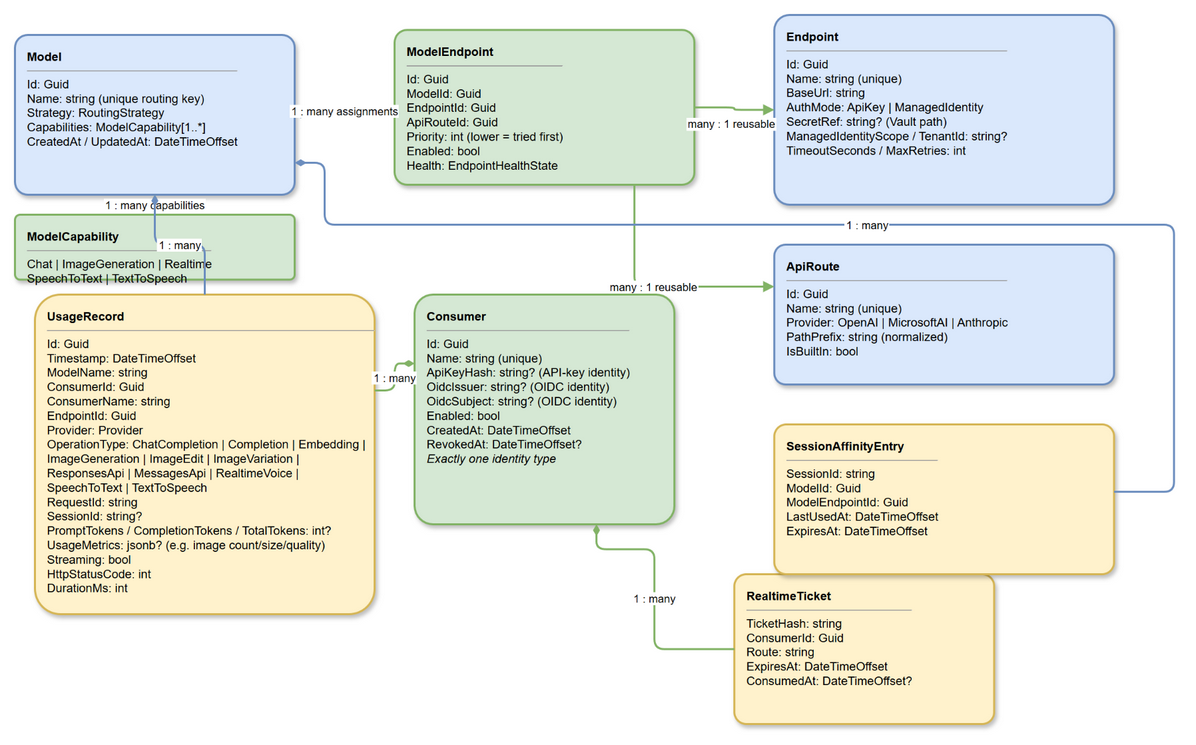
Above: specs/architecture/diagrams/02-domain-model.png in azureholic/AIProxyPlus (draw.io), before the change. Source tidied: cells renumbered, new cells last; positions are measured from the earlier drawing's top-left corner, leaving out a move shared by most shapes.
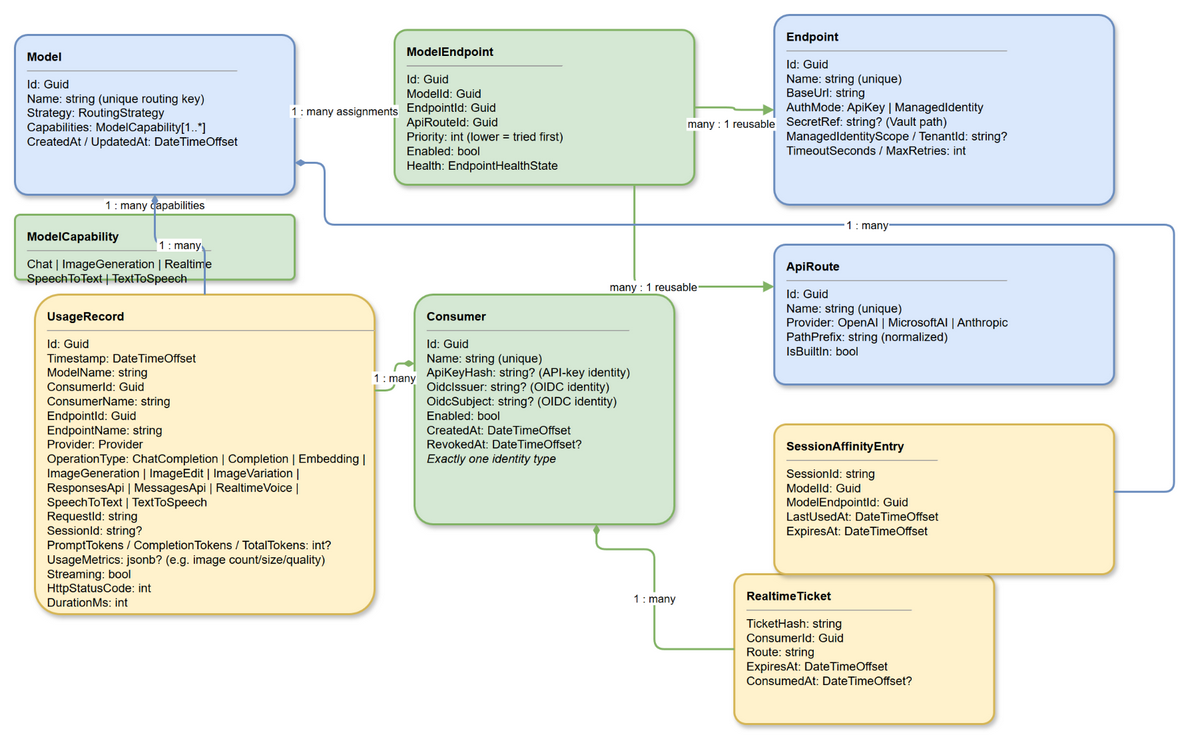
The same file after the commit.

Change to the diagram source:
```diff
@@ -17,7 +17,7 @@
     <mxCell id="6" value="&lt;b&gt;ApiRoute&lt;/b&gt;&lt;hr size=1&gt;Id: Guid&lt;br&gt;Name: string (unique)&lt;br&gt;Provider: OpenAI | MicrosoftAI | Anthropic&lt;br&gt;PathPrefix: string (normalized)&lt;br&gt;IsBuiltIn: bool" style="rounded=1;whiteSpace=wrap;html=1;fillColor=#dae8fc;strokeColor=#6c8ebf;strokeWidth=2;arcSize=8;shadow=1;align=left;verticalAlign=top;spacingLeft=10;spacingTop=8;fontSize=12;" parent="1" vertex="1">
       <mxGeometry x="760" y="230" width="340" height="140" as="geometry" />
     </mxCell>
-    <mxCell id="7" value="&lt;b&gt;UsageRecord&lt;/b&gt;&lt;hr size=1&gt;Id: Guid&lt;br&gt;Timestamp: DateTimeOffset&lt;br&gt;ModelName: string&lt;br&gt;ConsumerId: Guid&lt;br&gt;ConsumerName: string&lt;br&gt;EndpointId: Guid&lt;br&gt;Provider: Provider&lt;br&gt;OperationType: ChatCompletion | Completion | Embedding | ImageGeneration | ImageEdit | ImageVariation | ResponsesApi | MessagesApi | RealtimeVoice | SpeechToText | TextToSpeech&lt;br&gt;RequestId: string&lt;br&gt;SessionId: string?&lt;br&gt;PromptTokens / CompletionTokens / TotalTokens: int?&lt;br&gt;UsageMetrics: jsonb? (e.g. image count/size/quality)&lt;br&gt;Streaming: bool&lt;br&gt;HttpStatusCode: int&lt;br&gt;DurationMs: int" style="rounded=1;whiteSpace=wrap;html=1;fillColor=#fff2cc;strokeColor=#d6b656;strokeWidth=2;arcSize=8;shadow=1;align=left;verticalAlign=top;spacingLeft=10;spacingTop=8;fontSize=12;" parent="1" vertex="1">
+    <mxCell id="7" value="&lt;b&gt;UsageRecord&lt;/b&gt;&lt;hr size=1&gt;Id: Guid&lt;br&gt;Timestamp: DateTimeOffset&lt;br&gt;ModelName: string&lt;br&gt;ConsumerId: Guid&lt;br&gt;ConsumerName: string&lt;br&gt;EndpointId: Guid&lt;br&gt;EndpointName: string&lt;br&gt;Provider: Provider&lt;br&gt;OperationType: ChatCompletion | Completion | Embedding | ImageGeneration | ImageEdit | ImageVariation | ResponsesApi | MessagesApi | RealtimeVoice | SpeechToText | TextToSpeech&lt;br&gt;RequestId: string&lt;br&gt;SessionId: string?&lt;br&gt;PromptTokens / CompletionTokens / TotalTokens: int?&lt;br&gt;UsageMetrics: jsonb? (e.g. image count/size/quality)&lt;br&gt;Streaming: bool&lt;br&gt;HttpStatusCode: int&lt;br&gt;DurationMs: int" style="rounded=1;whiteSpace=wrap;html=1;fillColor=#fff2cc;strokeColor=#d6b656;strokeWidth=2;arcSize=8;shadow=1;align=left;verticalAlign=top;spacingLeft=10;spacingTop=8;fontSize=12;" parent="1" vertex="1">
       <mxGeometry x="20" y="280" width="340" height="320" as="geometry" />
     </mxCell>
     <mxCell id="8" value="&lt;b&gt;Consumer&lt;/b&gt;&lt;hr size=1&gt;Id: Guid&lt;br&gt;Name: string (unique)&lt;br&gt;ApiKeyHash: string? (API-key identity)&lt;br&gt;OidcIssuer: string? (OIDC identity)&lt;br&gt;OidcSubject: string? (OIDC identity)&lt;br&gt;Enabled: bool&lt;br&gt;CreatedAt: DateTimeOffset&lt;br&gt;RevokedAt: DateTimeOffset?&lt;br&gt;&lt;i&gt;Exactly one identity type&lt;/i&gt;" style="rounded=1;whiteSpace=wrap;html=1;fillColor=#d5e8d4;strokeColor=#82b366;strokeWidth=2;arcSize=8;shadow=1;align=left;verticalAlign=top;spacingLeft=10;spacingTop=8;fontSize=12;" parent="1" vertex="1">
```
